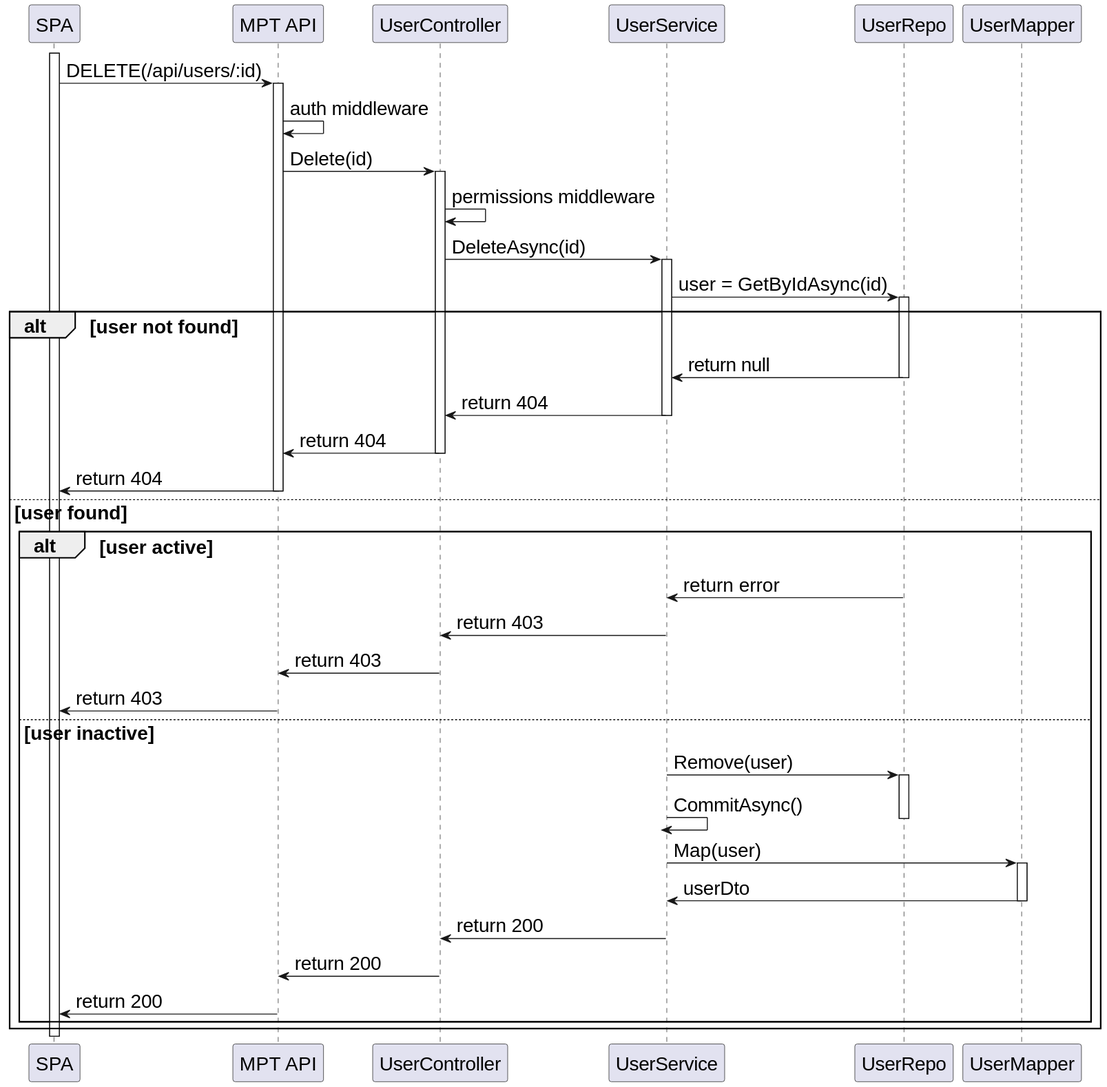
Above: docs/SprintC/nivel3/mpt/N3_US120.svg in ruben1132/PI5_23-24 (PlantUML), before the change. The source it was exported from:
```plantuml
@startuml
skinparamlocked defaultFontSize 20
participant SPA
participant "MPT API" as API
participant "UserController" as Ctrl
participant "UserService" as Srv
participant "UserRepo" as Repo
participant "UserMapper" as Map


activate SPA
SPA -> API: DELETE(/api/users/:id)
activate API

API -> API: auth middleware
API -> Ctrl: Delete(id)
activate Ctrl

Ctrl -> Ctrl: permissions middleware
Ctrl -> Srv: DeleteAsync(id)
activate Srv

Srv -> Repo: user = GetByIdAsync(id)
activate Repo

alt user not found

    Repo -> Srv: return null
    deactivate Repo
    Srv -> Ctrl: return 404
    deactivate Srv
    Ctrl -> API: return 404
    deactivate Ctrl
    API -> SPA: return 404
    deactivate API

else user found

    alt user active
        Repo -> Srv: return error
        deactivate Repo
        Srv -> Ctrl: return 403
        deactivate Srv
        Ctrl -> API: return 403
        deactivate Ctrl
        API -> SPA: return 403
        deactivate API

    else user inactive
        Srv -> Repo: Remove(user)
        activate Repo
        Srv -> Srv: CommitAsync()
        deactivate Repo

        Srv -> Map: Map(user)
        activate Map
        Map -> Srv: userDto
        deactivate Map

        Srv -> Ctrl: return 200
        deactivate Srv
        Ctrl -> API: return 200
        deactivate Ctrl
        API -> SPA: return 200
        deactivate API

    end

end
@enduml
```
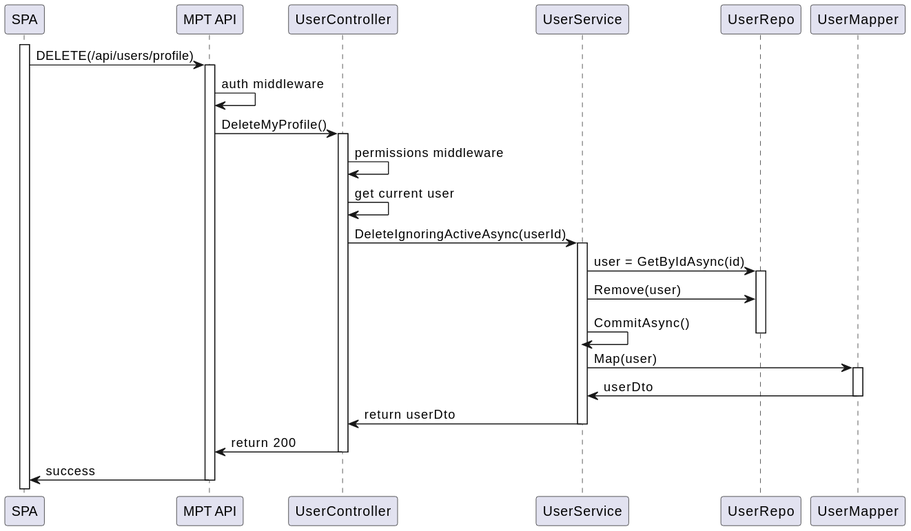
After the commit.

Diff of the diagram source:
```diff
@@ -1,5 +1,4 @@
 @startuml
-skinparamlocked defaultFontSize 20
 participant SPA
 participant "MPT API" as API
 participant "UserController" as Ctrl
@@ -9,62 +8,36 @@
 
 
 activate SPA
-SPA -> API: DELETE(/api/users/:id)
+SPA -> API: DELETE(/api/users/profile)
 activate API
 
 API -> API: auth middleware
-API -> Ctrl: Delete(id)
+API -> Ctrl: DeleteMyProfile()
 activate Ctrl
 
 Ctrl -> Ctrl: permissions middleware
-Ctrl -> Srv: DeleteAsync(id)
+Ctrl -> Ctrl: get current user
+Ctrl -> Srv: DeleteIgnoringActiveAsync(userId)
 activate Srv
 
 Srv -> Repo: user = GetByIdAsync(id)
 activate Repo
 
-alt user not found
+Srv -> Repo: Remove(user)
+Srv -> Srv: CommitAsync()
+deactivate Repo
 
-    Repo -> Srv: return null
-    deactivate Repo
-    Srv -> Ctrl: return 404
-    deactivate Srv
-    Ctrl -> API: return 404
-    deactivate Ctrl
-    API -> SPA: return 404
-    deactivate API
+Srv -> Map: Map(user)
+activate Map
+Map -> Srv: userDto
+deactivate Map
 
-else user found
+Srv -> Ctrl: return userDto
+deactivate Srv
+Ctrl -> API: return 200
+deactivate Ctrl
+API -> SPA: success
+deactivate API
 
-    alt user active
-        Repo -> Srv: return error
-        deactivate Repo
-        Srv -> Ctrl: return 403
-        deactivate Srv
-        Ctrl -> API: return 403
-        deactivate Ctrl
-        API -> SPA: return 403
-        deactivate API
 
-    else user inactive
-        Srv -> Repo: Remove(user)
-        activate Repo
-        Srv -> Srv: CommitAsync()
-        deactivate Repo
-
-        Srv -> Map: Map(user)
-        activate Map
-        Map -> Srv: userDto
-        deactivate Map
-
-        Srv -> Ctrl: return 200
-        deactivate Srv
-        Ctrl -> API: return 200
-        deactivate Ctrl
-        API -> SPA: return 200
-        deactivate API
-
-    end
-
-end
 @enduml
```
